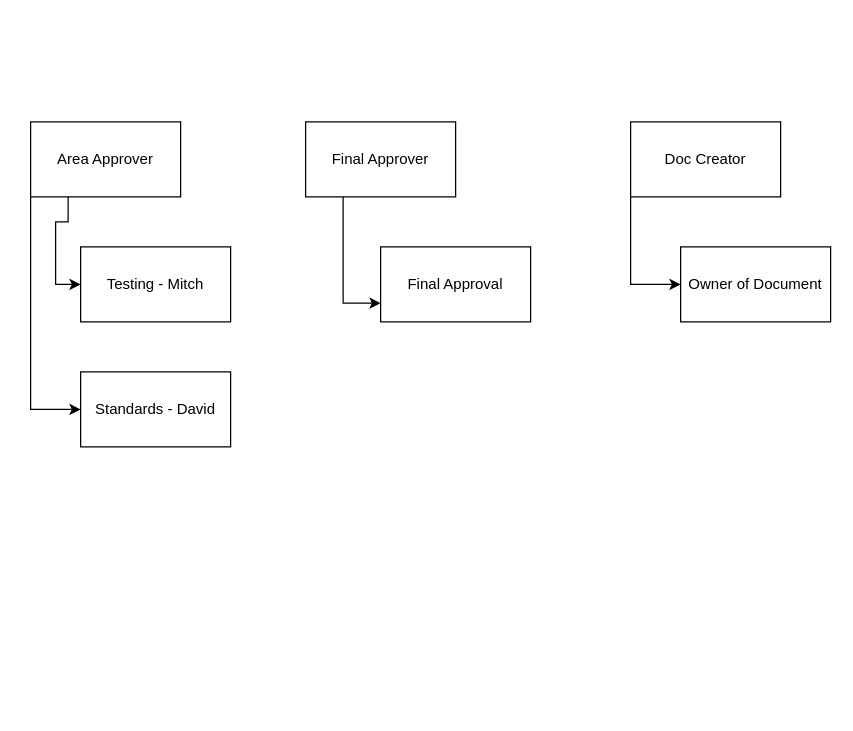
This is page "Groups for Workflows" (3 of 3) of Document Creation and Approval Process V1.drawio from dcdodd/Fuzzy-Logic-From-David, a draw.io file, before an edit. Source tidied: cells renumbered, new cells numbered last; positions are measured from the earlier drawing's top-left corner, leaving out a move shared by most shapes. Both pictures are drawn from the tidied source at 125%, with x=0, y=0 at pixel (30, 121).
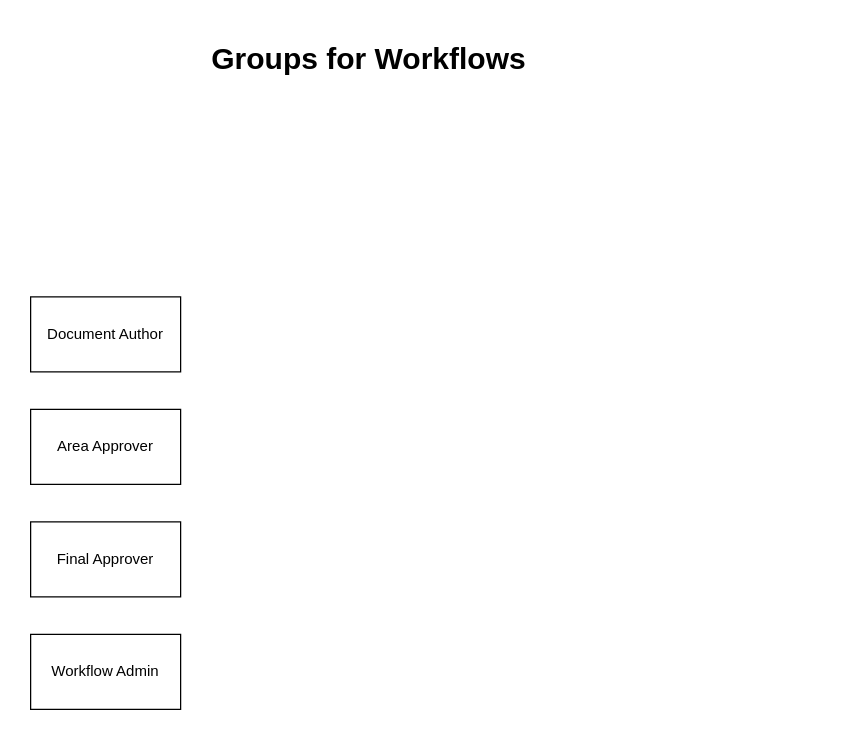
The same page after the edit.

Change to the diagram source:
```diff
@@
 <mxGraphModel>
   <root>
     <mxCell id="0" />
     <mxCell id="1" parent="0" />
-    <mxCell id="2" style="edgeStyle=orthogonalEdgeStyle;rounded=0;jettySize=auto;html=1;exitX=0.25;exitY=1;exitDx=0;exitDy=0;entryX=0;entryY=0.5;entryDx=0;entryDy=0;" parent="1" edge="1" source="4" target="9">
-      <mxGeometry relative="1" as="geometry" />
-    </mxCell>
-    <mxCell id="3" style="edgeStyle=orthogonalEdgeStyle;rounded=0;jettySize=auto;html=1;exitX=0;exitY=1;exitDx=0;exitDy=0;entryX=0;entryY=0.5;entryDx=0;entryDy=0;" parent="1" edge="1" source="4" target="10">
-      <mxGeometry relative="1" as="geometry" />
-    </mxCell>
     <mxCell id="4" value="Area Approver" style="rounded=0;whiteSpace=wrap;html=1;" parent="1" vertex="1">
-      <mxGeometry width="120" height="60" as="geometry" />
+      <mxGeometry y="230" width="120" height="60" as="geometry" />
     </mxCell>
-    <mxCell id="5" style="edgeStyle=orthogonalEdgeStyle;rounded=0;jettySize=auto;html=1;exitX=0.25;exitY=1;exitDx=0;exitDy=0;entryX=0;entryY=0.75;entryDx=0;entryDy=0;" parent="1" edge="1" source="6" target="11">
-      <mxGeometry relative="1" as="geometry" />
-    </mxCell>
     <mxCell id="6" value="Final Approver" style="rounded=0;whiteSpace=wrap;html=1;" parent="1" vertex="1">
-      <mxGeometry x="220" width="120" height="60" as="geometry" />
+      <mxGeometry y="320" width="120" height="60" as="geometry" />
     </mxCell>
-    <mxCell id="7" style="edgeStyle=orthogonalEdgeStyle;rounded=0;jettySize=auto;html=1;exitX=0;exitY=1;exitDx=0;exitDy=0;entryX=0;entryY=0.5;entryDx=0;entryDy=0;" parent="1" edge="1" source="8" target="12">
-      <mxGeometry relative="1" as="geometry" />
-    </mxCell>
-    <mxCell id="8" value="Doc Creator" style="rounded=0;whiteSpace=wrap;html=1;" parent="1" vertex="1">
-      <mxGeometry x="480" width="120" height="60" as="geometry" />
+    <mxCell id="8" value="Document Author" style="rounded=0;whiteSpace=wrap;html=1;" parent="1" vertex="1">
+      <mxGeometry y="140" width="120" height="60" as="geometry" />
     </mxCell>
-    <mxCell id="9" value="Testing - Mitch" style="rounded=0;whiteSpace=wrap;html=1;" parent="1" vertex="1">
-      <mxGeometry x="40" y="100" width="120" height="60" as="geometry" />
-    </mxCell>
-    <mxCell id="10" value="Standards - David" style="rounded=0;whiteSpace=wrap;html=1;" parent="1" vertex="1">
-      <mxGeometry x="40" y="200" width="120" height="60" as="geometry" />
-    </mxCell>
-    <mxCell id="11" value="Final Approval" style="rounded=0;whiteSpace=wrap;html=1;" parent="1" vertex="1">
-      <mxGeometry x="280" y="100" width="120" height="60" as="geometry" />
-    </mxCell>
-    <mxCell id="12" value="Owner of Document" style="rounded=0;whiteSpace=wrap;html=1;" parent="1" vertex="1">
-      <mxGeometry x="520" y="100" width="120" height="60" as="geometry" />
-    </mxCell>
+    <mxCell id="13" value="Workflow Admin" style="rounded=0;whiteSpace=wrap;html=1;" parent="1" vertex="1">
+      <mxGeometry y="410" width="120" height="60" as="geometry" />
+    </mxCell>
+    <mxCell id="14" value="&lt;h1&gt;Groups for Workflows&lt;/h1&gt;" style="text;html=1;strokeColor=none;fillColor=none;spacing=5;spacingTop=-20;whiteSpace=wrap;overflow=hidden;rounded=0;" parent="1" vertex="1">
+      <mxGeometry x="140" y="-70" width="300" height="50" as="geometry" />
+    </mxCell>
   </root>
 </mxGraphModel>
```
